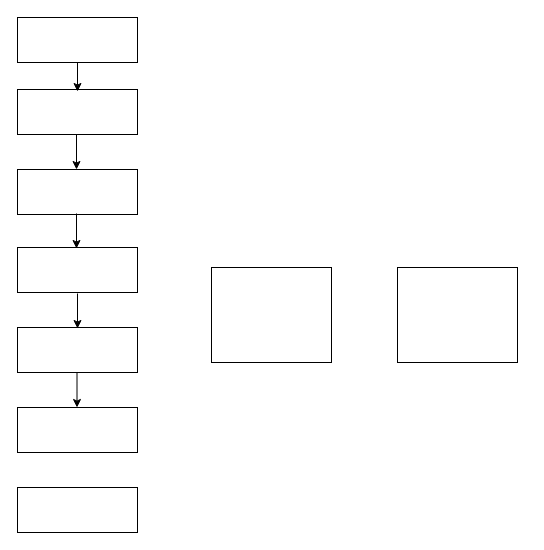
Earlier version of the draw.io diagram 遗传算法.drawio (linger9085/hello-world). Source tidied: cells renumbered, new cells numbered last; positions are measured from the earlier drawing's top-left corner, leaving out a move shared by most shapes. Both pictures are drawn from the tidied source at 100%, with x=0, y=0 at pixel (17, 17).
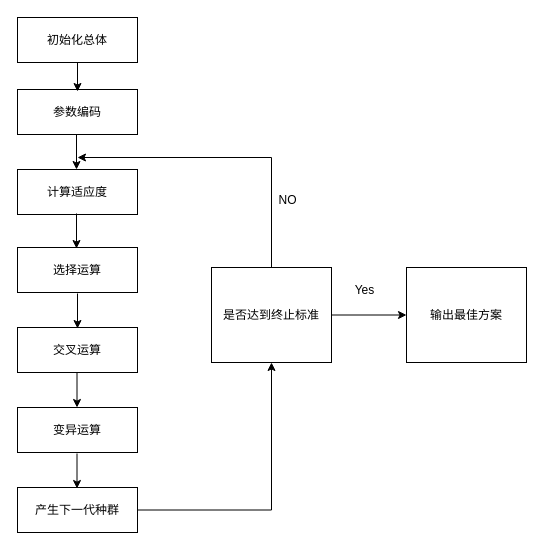
Above is the later version.

Commit message (it also covers changes not shown here):
更新遗传算法.drawio

Diff of the diagram source:
```diff
@@
-    <mxCell id="3" style="rounded=0;whiteSpace=wrap;html=1;" parent="1" vertex="1">
+    <mxCell id="3" value="参数编码" style="rounded=0;whiteSpace=wrap;html=1;" parent="1" vertex="1">
       <mxGeometry y="72" width="120" height="45" as="geometry" />
     </mxCell>
@@
-    <mxCell id="5" style="rounded=0;whiteSpace=wrap;html=1;" parent="1" vertex="1">
+    <mxCell id="5" value="计算适应度" style="rounded=0;whiteSpace=wrap;html=1;" parent="1" vertex="1">
       <mxGeometry y="152" width="120" height="45" as="geometry" />
     </mxCell>
@@
-    <mxCell id="7" style="rounded=0;whiteSpace=wrap;html=1;" parent="1" vertex="1">
+    <mxCell id="7" value="初始化总体" style="rounded=0;whiteSpace=wrap;html=1;" parent="1" vertex="1">
       <mxGeometry width="120" height="45" as="geometry" />
     </mxCell>
-    <mxCell id="8" style="rounded=0;whiteSpace=wrap;html=1;" parent="1" vertex="1">
+    <mxCell id="8" value="选择运算" style="rounded=0;whiteSpace=wrap;html=1;" parent="1" vertex="1">
       <mxGeometry y="230" width="120" height="45" as="geometry" />
     </mxCell>
@@
-    <mxCell id="11" style="rounded=0;whiteSpace=wrap;html=1;" parent="1" vertex="1">
+    <mxCell id="11" value="交叉运算" style="rounded=0;whiteSpace=wrap;html=1;" parent="1" vertex="1">
       <mxGeometry y="310" width="120" height="45" as="geometry" />
     </mxCell>
-    <mxCell id="12" style="rounded=0;whiteSpace=wrap;html=1;" parent="1" vertex="1">
+    <mxCell id="12" value="变异运算" style="rounded=0;whiteSpace=wrap;html=1;" parent="1" vertex="1">
       <mxGeometry y="390" width="120" height="45" as="geometry" />
     </mxCell>
+    <mxCell id="18" style="edgeStyle=orthogonalEdgeStyle;rounded=0;jettySize=auto;html=1;entryX=0.5;entryY=1;entryDx=0;entryDy=0;" parent="1" edge="1" source="13" target="14">
+      <mxGeometry relative="1" as="geometry" />
+    </mxCell>
-    <mxCell id="13" style="rounded=0;whiteSpace=wrap;html=1;" parent="1" vertex="1">
+    <mxCell id="13" value="产生下一代种群" style="rounded=0;whiteSpace=wrap;html=1;" parent="1" vertex="1">
       <mxGeometry y="470" width="120" height="45" as="geometry" />
     </mxCell>
+    <mxCell id="19" style="edgeStyle=orthogonalEdgeStyle;rounded=0;jettySize=auto;html=1;entryX=0;entryY=0.5;entryDx=0;entryDy=0;" parent="1" edge="1" source="14" target="15">
+      <mxGeometry relative="1" as="geometry" />
+    </mxCell>
+    <mxCell id="20" style="edgeStyle=orthogonalEdgeStyle;rounded=0;jettySize=auto;html=1;" parent="1" edge="1" source="14">
+      <mxGeometry relative="1" as="geometry">
+        <mxPoint x="60" y="140" as="targetPoint" />
+        <Array as="points">
+          <mxPoint x="254" y="140" />
+          <mxPoint x="61" y="140" />
+        </Array>
+      </mxGeometry>
+    </mxCell>
-    <mxCell id="14" style="rounded=0;whiteSpace=wrap;html=1;" parent="1" vertex="1">
+    <mxCell id="14" value="是否达到终止标准" style="rounded=0;whiteSpace=wrap;html=1;" parent="1" vertex="1">
       <mxGeometry x="194" y="250" width="120" height="95" as="geometry" />
     </mxCell>
-    <mxCell id="15" style="rounded=0;whiteSpace=wrap;html=1;" parent="1" vertex="1">
-      <mxGeometry x="380" y="250" width="120" height="95" as="geometry" />
+    <mxCell id="15" value="输出最佳方案" style="rounded=0;whiteSpace=wrap;html=1;" parent="1" vertex="1">
+      <mxGeometry x="389" y="250" width="120" height="95" as="geometry" />
     </mxCell>
@@
+    <mxCell id="21" style="edgeStyle=orthogonalEdgeStyle;rounded=0;orthogonalLoop=1;jettySize=auto;html=1;" parent="1" edge="1">
+      <mxGeometry relative="1" as="geometry">
+        <mxPoint x="59.5" y="436" as="sourcePoint" />
+        <mxPoint x="59.5" y="471" as="targetPoint" />
+      </mxGeometry>
+    </mxCell>
+    <mxCell id="22" value="NO" style="text;html=1;align=center;verticalAlign=middle;strokeColor=none;fillColor=none;" parent="1" vertex="1">
+      <mxGeometry x="250" y="168" width="40" height="30" as="geometry" />
+    </mxCell>
+    <mxCell id="23" value="Yes" style="text;html=1;align=center;verticalAlign=middle;strokeColor=none;fillColor=none;" parent="1" vertex="1">
+      <mxGeometry x="327" y="258" width="40" height="30" as="geometry" />
+    </mxCell>
```
